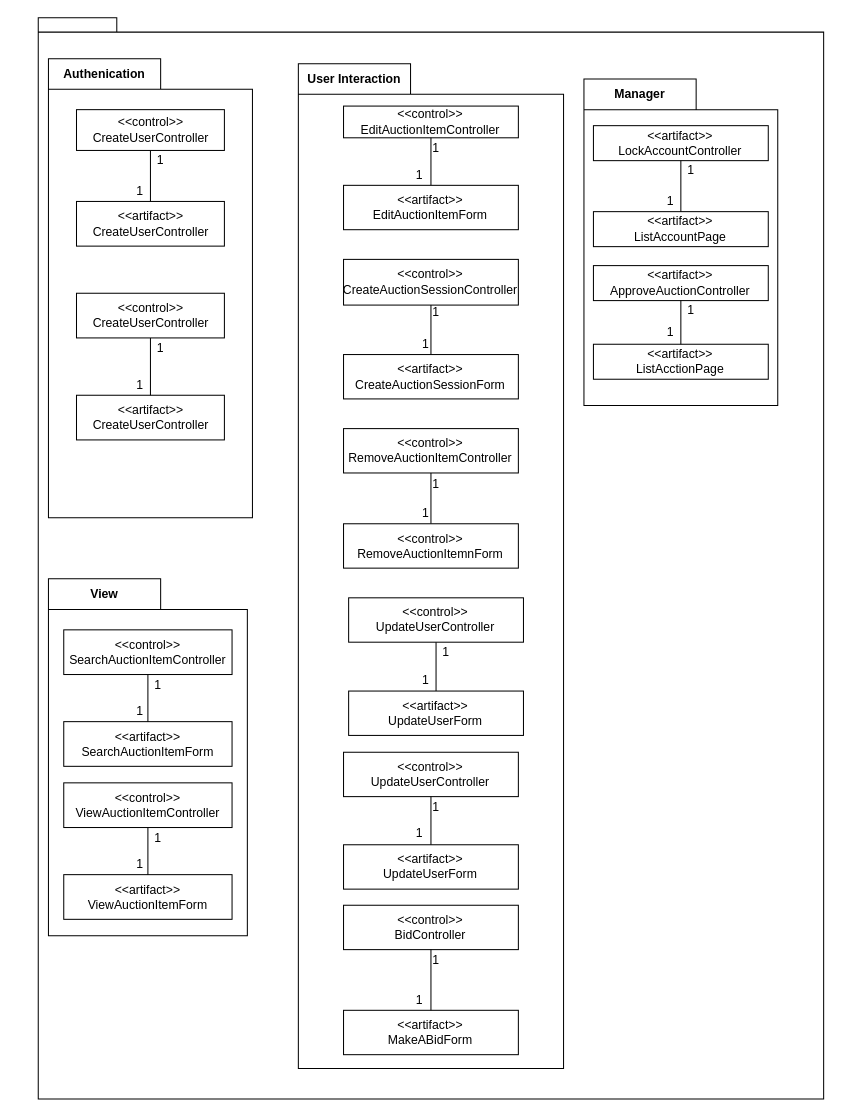
The draw.io diagram page "application package" (15 of 19) of ooad-usecase-model.drawio in dotruong1910/ooad, before the edit. Source tidied: cells renumbered, new cells numbered last; positions are measured from the earlier drawing's top-left corner, leaving out a move shared by most shapes. Both pictures are drawn from the tidied source at 102%, with x=0, y=0 at pixel (38, 17).
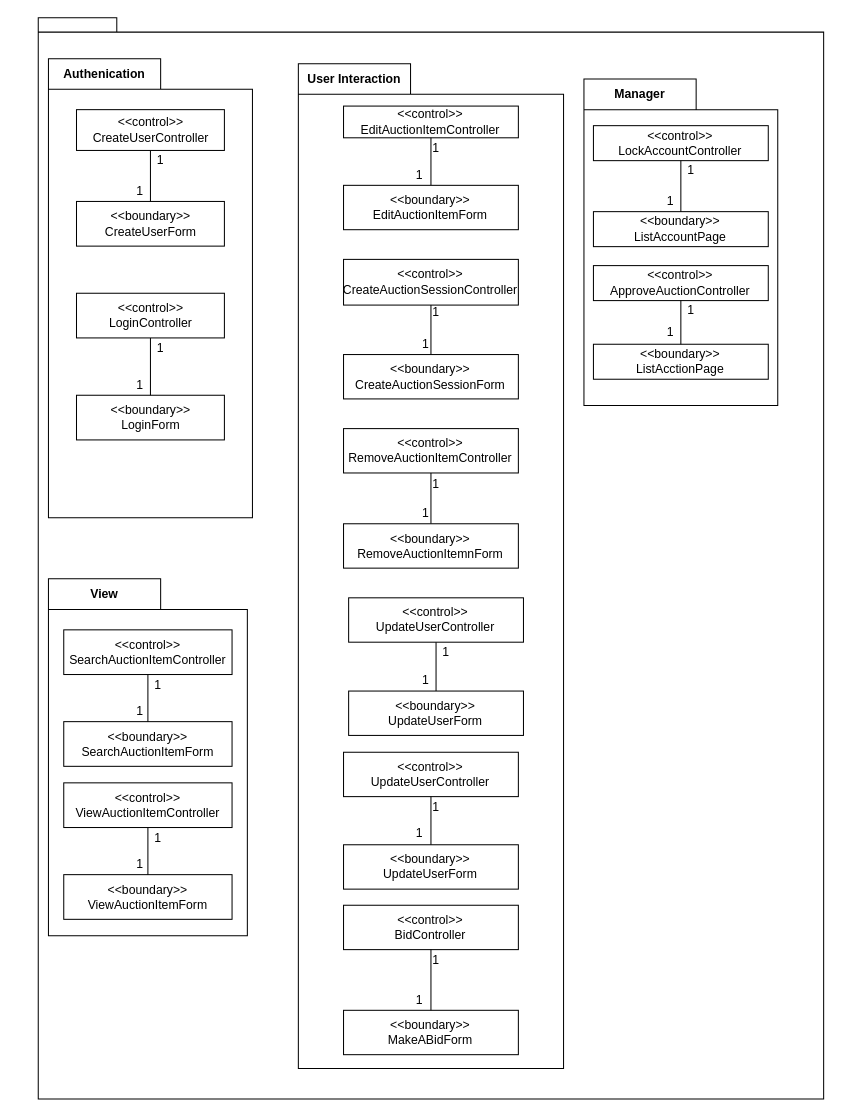
After the change.

The change refers to these unchanged cells:
```xml
<mxCell id="3" value="View" style="shape=folder;fontStyle=1;tabWidth=110;tabHeight=30;tabPosition=left;html=1;boundedLbl=1;labelInHeader=1;whiteSpace=wrap;" parent="1" vertex="1">
  <mxGeometry x="10" y="550" width="195" height="350" as="geometry" />
</mxCell>
<mxCell id="15" value="User Interaction" style="shape=folder;fontStyle=1;tabWidth=110;tabHeight=30;tabPosition=left;html=1;boundedLbl=1;labelInHeader=1;whiteSpace=wrap;" parent="1" vertex="1">
  <mxGeometry x="255" y="45" width="260" height="985" as="geometry" />
</mxCell>
<mxCell id="47" value="Authenication" style="shape=folder;fontStyle=1;tabWidth=110;tabHeight=30;tabPosition=left;html=1;boundedLbl=1;labelInHeader=1;whiteSpace=wrap;" parent="1" vertex="1">
  <mxGeometry x="10" y="40" width="200" height="450" as="geometry" />
</mxCell>
<mxCell id="57" value="Manager" style="shape=folder;fontStyle=1;tabWidth=110;tabHeight=30;tabPosition=left;html=1;boundedLbl=1;labelInHeader=1;whiteSpace=wrap;" parent="1" vertex="1">
  <mxGeometry x="535" y="60" width="190" height="320" as="geometry" />
</mxCell>
```

Diff of the diagram source:
```diff
@@
-    <mxCell id="5" value="&amp;lt;&amp;lt;artifact&amp;gt;&amp;gt;&lt;br&gt;SearchAuctionItemForm" style="html=1;align=center;verticalAlign=middle;dashed=0;whiteSpace=wrap;" parent="3" vertex="1">
+    <mxCell id="5" value="&amp;lt;&amp;lt;boundary&amp;gt;&amp;gt;&lt;br&gt;SearchAuctionItemForm" style="html=1;align=center;verticalAlign=middle;dashed=0;whiteSpace=wrap;" parent="3" vertex="1">
       <mxGeometry x="15" y="140" width="165" height="43.8" as="geometry" />
     </mxCell>
@@
-    <mxCell id="9" value="&amp;lt;&amp;lt;artifact&amp;gt;&amp;gt;&lt;br&gt;ViewAuctionItemForm" style="html=1;align=center;verticalAlign=middle;dashed=0;whiteSpace=wrap;" parent="3" vertex="1">
+    <mxCell id="9" value="&amp;lt;&amp;lt;boundary&amp;gt;&amp;gt;&lt;br&gt;ViewAuctionItemForm" style="html=1;align=center;verticalAlign=middle;dashed=0;whiteSpace=wrap;" parent="3" vertex="1">
       <mxGeometry x="15" y="290" width="165" height="43.8" as="geometry" />
     </mxCell>
@@
-    <mxCell id="19" value="&lt;div&gt;&amp;lt;&amp;lt;artifact&amp;gt;&amp;gt;&lt;br&gt;&lt;/div&gt;&lt;div&gt;EditAuctionItemForm&lt;/div&gt;" style="html=1;align=center;verticalAlign=middle;dashed=0;whiteSpace=wrap;" parent="15" vertex="1">
+    <mxCell id="19" value="&lt;div&gt;&amp;lt;&amp;lt;boundary&amp;gt;&amp;gt;&lt;br&gt;&lt;/div&gt;&lt;div&gt;EditAuctionItemForm&lt;/div&gt;" style="html=1;align=center;verticalAlign=middle;dashed=0;whiteSpace=wrap;" parent="15" vertex="1">
       <mxGeometry x="44.3" y="119.2" width="171.4" height="43.5" as="geometry" />
     </mxCell>
@@
-    <mxCell id="22" value="&lt;div&gt;&amp;lt;&amp;lt;artifact&amp;gt;&amp;gt;&lt;br&gt;&lt;/div&gt;&lt;div&gt;CreateAuctionSessionForm&lt;/div&gt;" style="html=1;align=center;verticalAlign=middle;dashed=0;whiteSpace=wrap;" parent="15" vertex="1">
+    <mxCell id="22" value="&lt;div&gt;&amp;lt;&amp;lt;boundary&amp;gt;&amp;gt;&lt;br&gt;&lt;/div&gt;&lt;div&gt;CreateAuctionSessionForm&lt;/div&gt;" style="html=1;align=center;verticalAlign=middle;dashed=0;whiteSpace=wrap;" parent="15" vertex="1">
       <mxGeometry x="44.3" y="285.1" width="171.4" height="43.5" as="geometry" />
     </mxCell>
@@
-    <mxCell id="25" value="&lt;div&gt;&amp;lt;&amp;lt;control&amp;gt;&amp;gt;&lt;br&gt;&lt;/div&gt;&lt;div&gt;RemoveAuctionItemnForm&lt;/div&gt;" style="html=1;align=center;verticalAlign=middle;dashed=0;whiteSpace=wrap;" parent="15" vertex="1">
+    <mxCell id="25" value="&lt;div&gt;&amp;lt;&amp;lt;boundary&amp;gt;&amp;gt;&lt;br&gt;&lt;/div&gt;&lt;div&gt;RemoveAuctionItemnForm&lt;/div&gt;" style="html=1;align=center;verticalAlign=middle;dashed=0;whiteSpace=wrap;" parent="15" vertex="1">
       <mxGeometry x="44.3" y="451" width="171.4" height="43.5" as="geometry" />
     </mxCell>
@@
-    <mxCell id="27" value="&lt;div&gt;&amp;lt;&amp;lt;artifact&amp;gt;&amp;gt;&lt;br&gt;&lt;/div&gt;&lt;div&gt;MakeABidForm&lt;/div&gt;" style="html=1;align=center;verticalAlign=middle;dashed=0;whiteSpace=wrap;" parent="15" vertex="1">
+    <mxCell id="27" value="&lt;div&gt;&amp;lt;&amp;lt;boundary&amp;gt;&amp;gt;&lt;br&gt;&lt;/div&gt;&lt;div&gt;MakeABidForm&lt;/div&gt;" style="html=1;align=center;verticalAlign=middle;dashed=0;whiteSpace=wrap;" parent="15" vertex="1">
       <mxGeometry x="44.3" y="928" width="171.4" height="43.5" as="geometry" />
     </mxCell>
@@
-    <mxCell id="29" value="&lt;div&gt;&amp;lt;&amp;lt;artifact&amp;gt;&amp;gt;&lt;/div&gt;&lt;div&gt;UpdateUserForm&lt;/div&gt;" style="html=1;align=center;verticalAlign=middle;dashed=0;whiteSpace=wrap;" parent="15" vertex="1">
+    <mxCell id="29" value="&lt;div&gt;&amp;lt;&amp;lt;boundary&amp;gt;&amp;gt;&lt;/div&gt;&lt;div&gt;UpdateUserForm&lt;/div&gt;" style="html=1;align=center;verticalAlign=middle;dashed=0;whiteSpace=wrap;" parent="15" vertex="1">
       <mxGeometry x="49.3" y="615" width="171.4" height="43.5" as="geometry" />
     </mxCell>
-    <mxCell id="30" value="&lt;div&gt;&amp;lt;&amp;lt;artifact&amp;gt;&amp;gt;&lt;/div&gt;&lt;div&gt;UpdateUserForm&lt;/div&gt;" style="html=1;align=center;verticalAlign=middle;dashed=0;whiteSpace=wrap;" parent="15" vertex="1">
+    <mxCell id="30" value="&lt;div&gt;&amp;lt;&amp;lt;boundary&amp;gt;&amp;gt;&lt;/div&gt;&lt;div&gt;UpdateUserForm&lt;/div&gt;" style="html=1;align=center;verticalAlign=middle;dashed=0;whiteSpace=wrap;" parent="15" vertex="1">
       <mxGeometry x="44.3" y="765.7" width="171.4" height="43.5" as="geometry" />
     </mxCell>
@@
-    <mxCell id="50" value="&amp;lt;&amp;lt;control&amp;gt;&amp;gt;&lt;br&gt;CreateUserController" style="html=1;align=center;verticalAlign=middle;dashed=0;whiteSpace=wrap;" parent="47" vertex="1">
+    <mxCell id="50" value="&amp;lt;&amp;lt;control&amp;gt;&amp;gt;&lt;br&gt;LoginController" style="html=1;align=center;verticalAlign=middle;dashed=0;whiteSpace=wrap;" parent="47" vertex="1">
       <mxGeometry x="27.5" y="230" width="145" height="43.8" as="geometry" />
     </mxCell>
-    <mxCell id="51" value="&amp;lt;&amp;lt;artifact&amp;gt;&amp;gt;&lt;br&gt;CreateUserController" style="html=1;align=center;verticalAlign=middle;dashed=0;whiteSpace=wrap;" parent="47" vertex="1">
+    <mxCell id="51" value="&amp;lt;&amp;lt;boundary&amp;gt;&amp;gt;&lt;br&gt;LoginForm" style="html=1;align=center;verticalAlign=middle;dashed=0;whiteSpace=wrap;" parent="47" vertex="1">
       <mxGeometry x="27.5" y="330" width="145" height="43.8" as="geometry" />
     </mxCell>
@@
-    <mxCell id="59" value="&lt;div&gt;&amp;lt;&amp;lt;artifact&amp;gt;&amp;gt;&lt;/div&gt;&lt;div&gt;LockAccountController&lt;br&gt;&lt;/div&gt;" style="html=1;align=center;verticalAlign=middle;dashed=0;whiteSpace=wrap;" parent="57" vertex="1">
+    <mxCell id="59" value="&lt;div&gt;&amp;lt;&amp;lt;control&amp;gt;&amp;gt;&lt;/div&gt;&lt;div&gt;LockAccountController&lt;br&gt;&lt;/div&gt;" style="html=1;align=center;verticalAlign=middle;dashed=0;whiteSpace=wrap;" parent="57" vertex="1">
       <mxGeometry x="9.3" y="45.7" width="171.4" height="34.3" as="geometry" />
     </mxCell>
-    <mxCell id="60" value="&lt;div&gt;&amp;lt;&amp;lt;artifact&amp;gt;&amp;gt;&lt;br&gt;&lt;/div&gt;&lt;div&gt;ListAcctionPage&lt;/div&gt;" style="html=1;align=center;verticalAlign=middle;dashed=0;whiteSpace=wrap;" parent="57" vertex="1">
+    <mxCell id="60" value="&lt;div&gt;&amp;lt;&amp;lt;boundary&amp;gt;&amp;gt;&lt;br&gt;&lt;/div&gt;&lt;div&gt;ListAcctionPage&lt;/div&gt;" style="html=1;align=center;verticalAlign=middle;dashed=0;whiteSpace=wrap;" parent="57" vertex="1">
       <mxGeometry x="9.3" y="260" width="171.4" height="34.3" as="geometry" />
     </mxCell>
-    <mxCell id="61" value="&lt;div&gt;&amp;lt;&amp;lt;artifact&amp;gt;&amp;gt;&lt;/div&gt;&lt;div&gt;ApproveAuctionController&lt;br&gt;&lt;/div&gt;" style="html=1;align=center;verticalAlign=middle;dashed=0;whiteSpace=wrap;" parent="57" vertex="1">
+    <mxCell id="61" value="&lt;div&gt;&amp;lt;&amp;lt;control&amp;gt;&amp;gt;&lt;/div&gt;&lt;div&gt;ApproveAuctionController&lt;br&gt;&lt;/div&gt;" style="html=1;align=center;verticalAlign=middle;dashed=0;whiteSpace=wrap;" parent="57" vertex="1">
       <mxGeometry x="9.3" y="182.9" width="171.4" height="34.3" as="geometry" />
     </mxCell>
-    <mxCell id="62" value="&lt;div&gt;&amp;lt;&amp;lt;artifact&amp;gt;&amp;gt;&lt;br&gt;&lt;/div&gt;&lt;div&gt;ListAccountPage&lt;/div&gt;" style="html=1;align=center;verticalAlign=middle;dashed=0;whiteSpace=wrap;" parent="57" vertex="1">
+    <mxCell id="62" value="&lt;div&gt;&amp;lt;&amp;lt;boundary&amp;gt;&amp;gt;&lt;br&gt;&lt;/div&gt;&lt;div&gt;ListAccountPage&lt;/div&gt;" style="html=1;align=center;verticalAlign=middle;dashed=0;whiteSpace=wrap;" parent="57" vertex="1">
       <mxGeometry x="9.3" y="130" width="171.4" height="34.3" as="geometry" />
     </mxCell>
@@
-    <mxCell id="70" value="&amp;lt;&amp;lt;artifact&amp;gt;&amp;gt;&lt;br&gt;CreateUserController" style="html=1;align=center;verticalAlign=middle;dashed=0;whiteSpace=wrap;" parent="1" vertex="1">
+    <mxCell id="70" value="&amp;lt;&amp;lt;boundary&amp;gt;&amp;gt;&lt;br&gt;CreateUserForm" style="html=1;align=center;verticalAlign=middle;dashed=0;whiteSpace=wrap;" parent="1" vertex="1">
       <mxGeometry x="37.5" y="180" width="145" height="43.8" as="geometry" />
     </mxCell>
```
